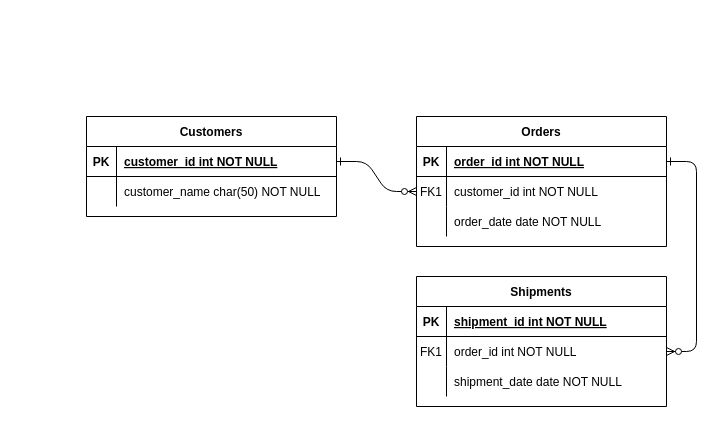
Earlier version of the draw.io diagram Untitled Diagram.drawio (Avneesh-Singh11/Databases). Source tidied: cells renumbered, new cells numbered last; positions are measured from the earlier drawing's top-left corner, leaving out a move shared by most shapes. Both pictures are drawn from the tidied source at 100%, with x=0, y=0 at pixel (86, 116).
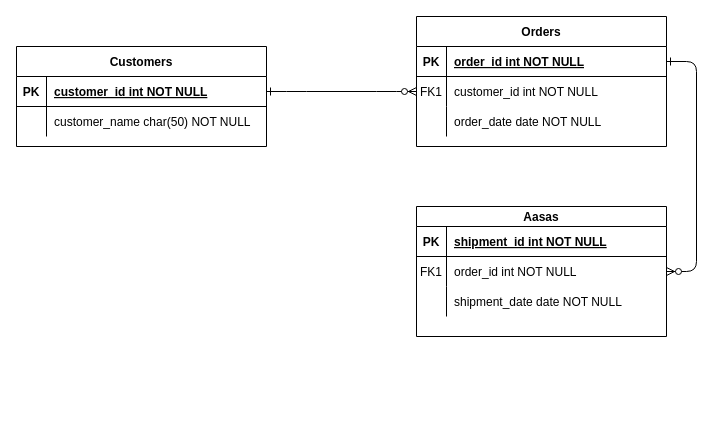
Above is the later version.

What changed in the source:
```diff
@@
     <mxCell id="4" value="Orders" style="shape=table;startSize=30;childLayout=tableLayout;rowLines=0;fontStyle=1;align=center;" parent="1" vertex="1">
-      <mxGeometry x="330" width="250" height="130" as="geometry" />
+      <mxGeometry x="330" y="-100" width="250" height="130" as="geometry" />
     </mxCell>
@@
-    <mxCell id="14" value="Shipments" style="shape=table;startSize=30;childLayout=tableLayout;rowLines=0;fontStyle=1;align=center;" parent="1" vertex="1">
-      <mxGeometry x="330" y="160" width="250" height="130" as="geometry" />
+    <mxCell id="14" value="Aasas" style="shape=table;startSize=20;childLayout=tableLayout;rowLines=0;fontStyle=1;align=center;" parent="1" vertex="1">
+      <mxGeometry x="330" y="90" width="250" height="130" as="geometry" />
     </mxCell>
     <mxCell id="15" style="shape=partialRectangle;fillColor=none;top=0;left=0;right=0;bottom=1;" parent="14" vertex="1">
-      <mxGeometry y="30" width="250" height="30" as="geometry" />
+      <mxGeometry y="20" width="250" height="30" as="geometry" />
     </mxCell>
@@
     <mxCell id="18" style="shape=partialRectangle;fillColor=none;points=[[0,0.5],[1,0.5]];portConstraint=eastwest;top=0;left=0;right=0;bottom=0;" parent="14" vertex="1">
-      <mxGeometry y="60" width="250" height="30" as="geometry" />
+      <mxGeometry y="50" width="250" height="30" as="geometry" />
     </mxCell>
@@
     <mxCell id="21" style="shape=partialRectangle;fillColor=none;top=0;left=0;right=0;bottom=0;" parent="14" vertex="1">
-      <mxGeometry y="90" width="250" height="30" as="geometry" />
+      <mxGeometry y="80" width="250" height="30" as="geometry" />
     </mxCell>
@@
     <mxCell id="24" value="Customers" style="shape=table;startSize=30;childLayout=tableLayout;rowLines=0;fontStyle=1;align=center;" parent="1" vertex="1">
-      <mxGeometry width="250" height="100" as="geometry" />
+      <mxGeometry x="-70" y="-70" width="250" height="100" as="geometry" />
     </mxCell>
```
